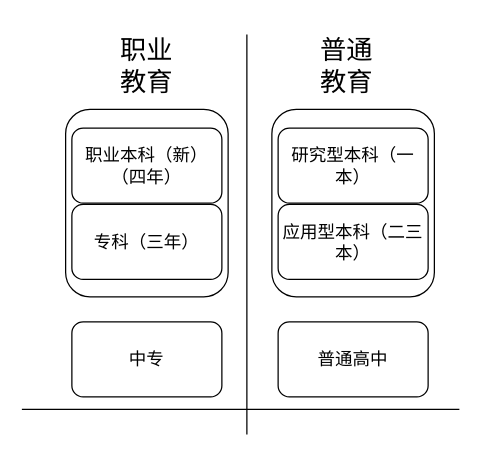
Before: 教育体系.drawio in luuuuo/luuuuo_content, a draw.io diagram. Source tidied: cells renumbered, new cells numbered last; positions are measured from the earlier drawing's top-left corner, leaving out a move shared by most shapes. Both pictures are drawn from the tidied source at 125%, with x=0, y=0 at pixel (21, 34).
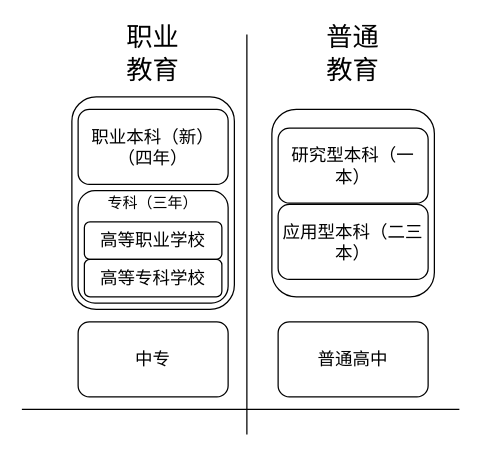
After the change.

Commit message (it also covers changes not shown here):
更新教育体系.drawio

The edit, as a diff of the source:
```diff
@@
 <mxGraphModel>
   <root>
     <mxCell id="0" />
     <mxCell id="1" parent="0" />
     <mxCell id="2" style="rounded=1;whiteSpace=wrap;html=1;fontSize=14;" parent="1" vertex="1">
-      <mxGeometry x="35" y="60" width="130" height="150" as="geometry" />
+      <mxGeometry x="40" y="50" width="130" height="170" as="geometry" />
     </mxCell>
     <mxCell id="3" style="rounded=1;whiteSpace=wrap;html=1;fontSize=14;" parent="1" vertex="1">
       <mxGeometry x="200" y="60" width="130" height="150" as="geometry" />
     </mxCell>
     <mxCell id="4" style="endArrow=none;html=1;rounded=0;fontSize=14;" parent="1" edge="1">
       <mxGeometry relative="1" as="geometry">
         <mxPoint y="300" as="sourcePoint" />
         <mxPoint x="350" y="300" as="targetPoint" />
       </mxGeometry>
     </mxCell>
     <mxCell id="5" style="endArrow=none;html=1;rounded=0;fontSize=14;" parent="1" edge="1">
       <mxGeometry relative="1" as="geometry">
         <mxPoint x="180" as="sourcePoint" />
         <mxPoint x="180" y="320" as="targetPoint" />
       </mxGeometry>
     </mxCell>
     <mxCell id="6" value="普通高中" style="rounded=1;whiteSpace=wrap;html=1;fontSize=14;" parent="1" vertex="1">
       <mxGeometry x="205" y="230" width="120" height="60" as="geometry" />
     </mxCell>
     <mxCell id="7" value="普通教育" style="text;html=1;strokeColor=none;fillColor=none;align=center;verticalAlign=middle;whiteSpace=wrap;rounded=0;fontSize=21;" parent="1" vertex="1">
-      <mxGeometry x="230" y="10" width="60" height="30" as="geometry" />
+      <mxGeometry x="235" width="60" height="30" as="geometry" />
     </mxCell>
     <mxCell id="8" value="职业教育" style="text;html=1;strokeColor=none;fillColor=none;align=center;verticalAlign=middle;whiteSpace=wrap;rounded=0;fontSize=21;" parent="1" vertex="1">
-      <mxGeometry x="70" y="10" width="60" height="30" as="geometry" />
+      <mxGeometry x="75" width="60" height="30" as="geometry" />
     </mxCell>
     <mxCell id="9" value="中专" style="rounded=1;whiteSpace=wrap;html=1;fontSize=14;" parent="1" vertex="1">
-      <mxGeometry x="40" y="230" width="120" height="60" as="geometry" />
+      <mxGeometry x="45" y="230" width="120" height="60" as="geometry" />
     </mxCell>
-    <mxCell id="10" value="专科（三年）" style="rounded=1;whiteSpace=wrap;html=1;fontSize=14;" parent="1" vertex="1">
-      <mxGeometry x="40" y="136" width="120" height="60" as="geometry" />
+    <mxCell id="10" style="rounded=1;whiteSpace=wrap;html=1;fontSize=14;" parent="1" vertex="1">
+      <mxGeometry x="45" y="125" width="120" height="90" as="geometry" />
     </mxCell>
     <mxCell id="11" value="职业本科（新）（四年）" style="rounded=1;whiteSpace=wrap;html=1;fontSize=14;" parent="1" vertex="1">
-      <mxGeometry x="40" y="75" width="120" height="60" as="geometry" />
+      <mxGeometry x="45" y="60" width="120" height="60" as="geometry" />
     </mxCell>
     <mxCell id="12" value="研究型本科（一本）" style="rounded=1;whiteSpace=wrap;html=1;fontSize=14;" parent="1" vertex="1">
       <mxGeometry x="205" y="75" width="120" height="60" as="geometry" />
     </mxCell>
     <mxCell id="13" value="应用型本科（二三本）" style="rounded=1;whiteSpace=wrap;html=1;fontSize=14;" parent="1" vertex="1">
       <mxGeometry x="205" y="136" width="120" height="60" as="geometry" />
     </mxCell>
+    <mxCell id="14" value="高等职业学校" style="rounded=1;whiteSpace=wrap;html=1;fontSize=14;" parent="1" vertex="1">
+      <mxGeometry x="50" y="150" width="110" height="30" as="geometry" />
+    </mxCell>
+    <mxCell id="15" value="高等专科学校" style="rounded=1;whiteSpace=wrap;html=1;fontSize=14;" parent="1" vertex="1">
+      <mxGeometry x="50" y="180" width="110" height="30" as="geometry" />
+    </mxCell>
+    <mxCell id="16" value="专科（三年）" style="text;html=1;strokeColor=none;fillColor=none;align=center;verticalAlign=middle;whiteSpace=wrap;rounded=0;" parent="1" vertex="1">
+      <mxGeometry x="60" y="120" width="90" height="30" as="geometry" />
+    </mxCell>
   </root>
 </mxGraphModel>
```
